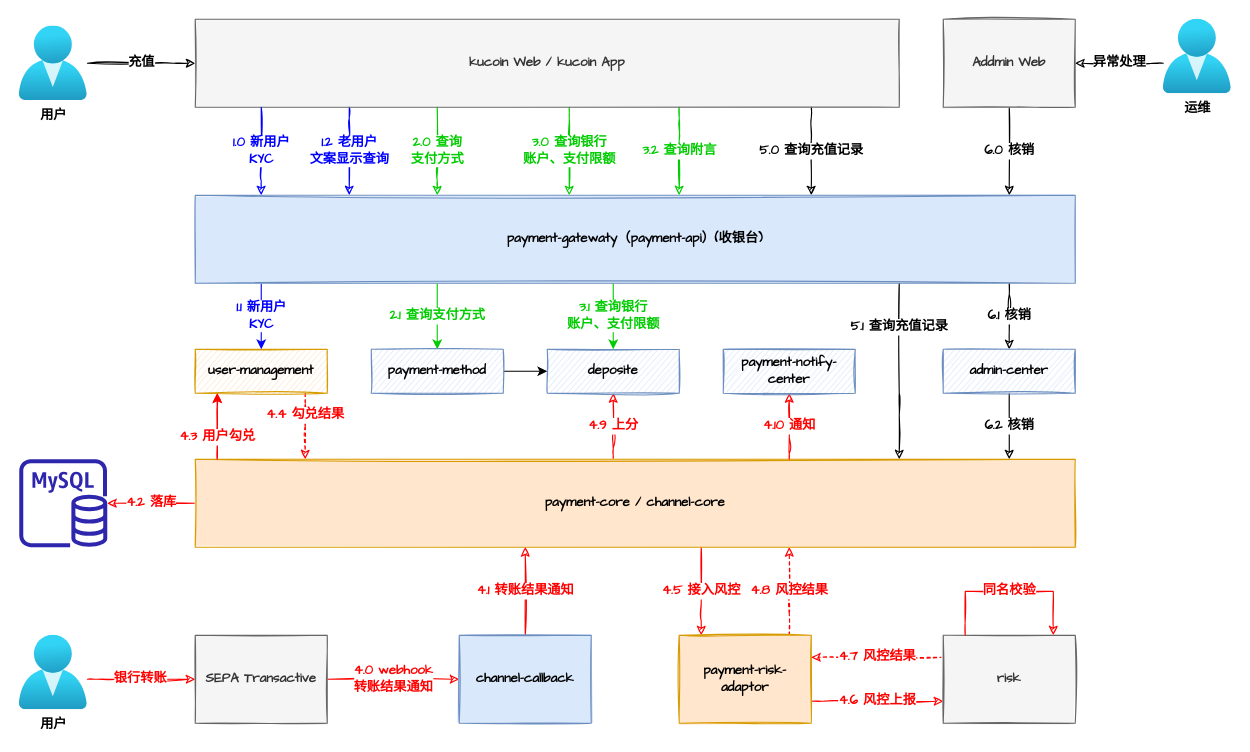
Earlier version of the draw.io diagram page "系统交互图" (2 of 5) of 库珀架构.drawio (JudeSheng/design). Source tidied: cells renumbered, new cells numbered last; positions are measured from the earlier drawing's top-left corner, leaving out a move shared by most shapes. Both pictures are drawn from the tidied source at 110%, with x=0, y=0 at pixel (19, 19).
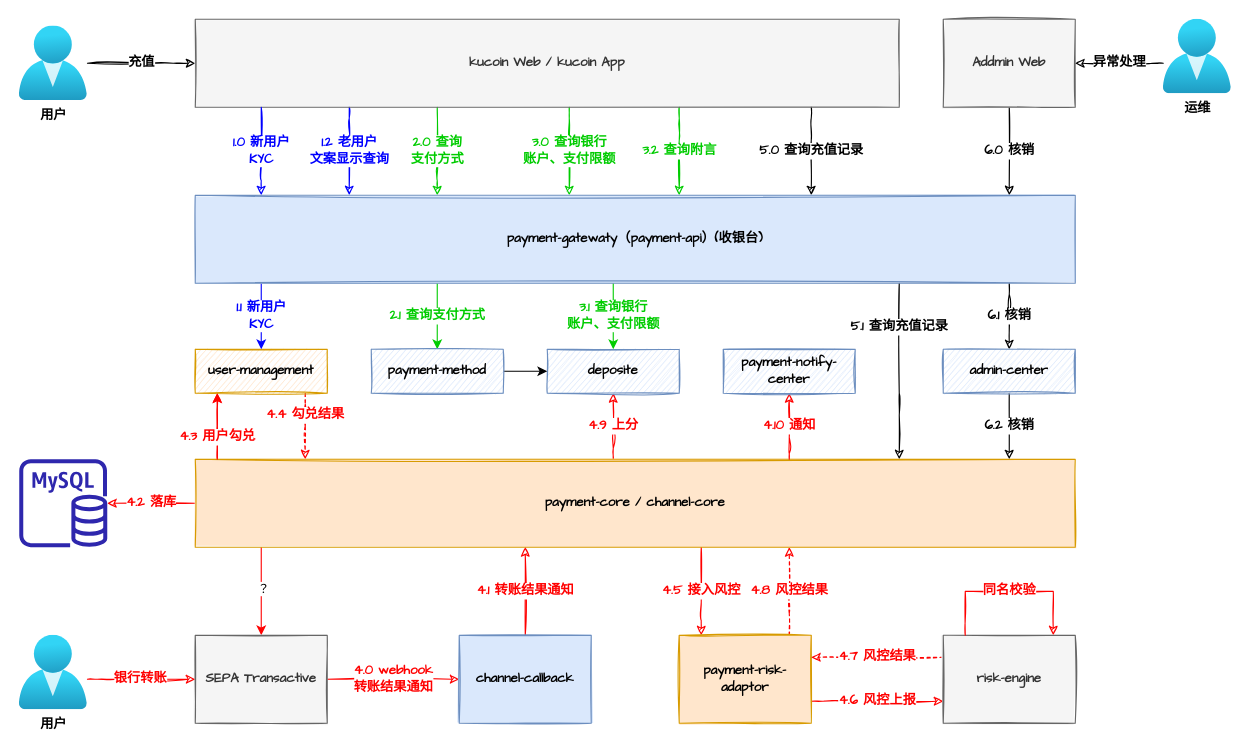
After the change.

Unchanged cells that the change refers to:
```xml
<mxCell id="6" value="payment-core / channel-core" style="whiteSpace=wrap;html=1;fontStyle=1;fontSize=12;fillColor=#ffe6cc;strokeColor=#d79b00;shadow=0;fontFamily=Comic Sans MS;sketch=1;fillStyle=solid;" parent="1" vertex="1">
  <mxGeometry x="160" y="400" width="800" height="80" as="geometry" />
</mxCell>
<mxCell id="8" value="SEPA Transactive" style="whiteSpace=wrap;html=1;fontStyle=1;fontSize=12;fillColor=#f5f5f5;fontColor=#333333;strokeColor=#666666;shadow=0;fontFamily=Comic Sans MS;sketch=1;fillStyle=solid;" parent="1" vertex="1">
  <mxGeometry x="160" y="560" width="120" height="80" as="geometry" />
</mxCell>
```

Change to the diagram source:
```diff
@@
+    <mxCell id="49" style="edgeStyle=orthogonalEdgeStyle;rounded=0;jettySize=auto;html=1;strokeColor=#FF0000;" parent="1" edge="1" source="6" target="8">
+      <mxGeometry relative="1" as="geometry">
+        <Array as="points">
+          <mxPoint x="220" y="500" />
+          <mxPoint x="220" y="500" />
+        </Array>
+      </mxGeometry>
+    </mxCell>
+    <mxCell id="50" value="？" style="edgeLabel;html=1;align=center;verticalAlign=middle;" parent="49" vertex="1">
+      <mxGeometry x="-0.07" y="1" relative="1" as="geometry" />
+    </mxCell>
@@
-    <mxCell id="17" value="risk" style="whiteSpace=wrap;html=1;fontStyle=1;fontSize=12;fillColor=#f5f5f5;fontColor=#333333;strokeColor=#666666;shadow=0;fontFamily=Comic Sans MS;sketch=1;fillStyle=solid;" parent="1" vertex="1">
+    <mxCell id="17" value="risk-engine" style="whiteSpace=wrap;html=1;fontStyle=1;fontSize=12;fillColor=#f5f5f5;fontColor=#333333;strokeColor=#666666;shadow=0;fontFamily=Comic Sans MS;sketch=1;fillStyle=solid;" parent="1" vertex="1">
       <mxGeometry x="840" y="560" width="120" height="80" as="geometry" />
     </mxCell>
```
